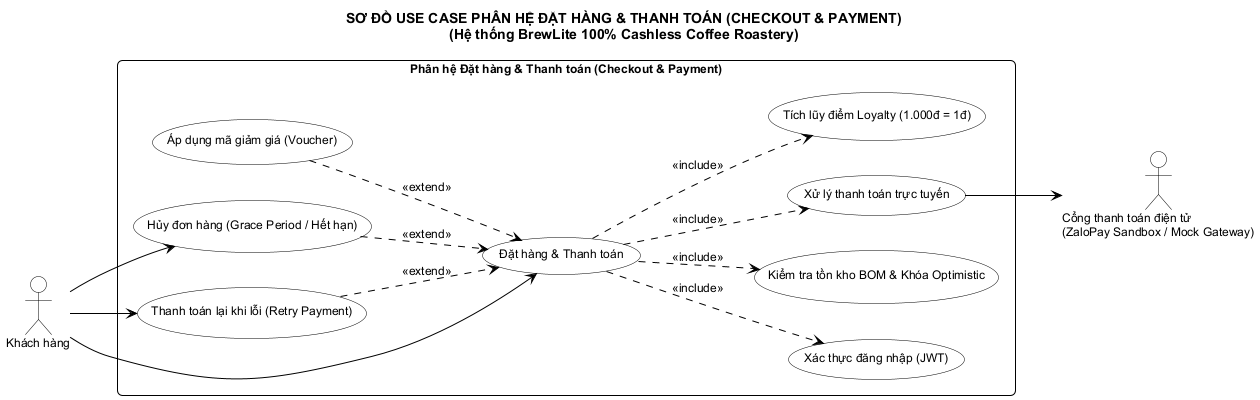
Earlier version of the PlantUML export docs/diagrams/checkout-use-case.png (MaGiaVy/BrewLite_project).
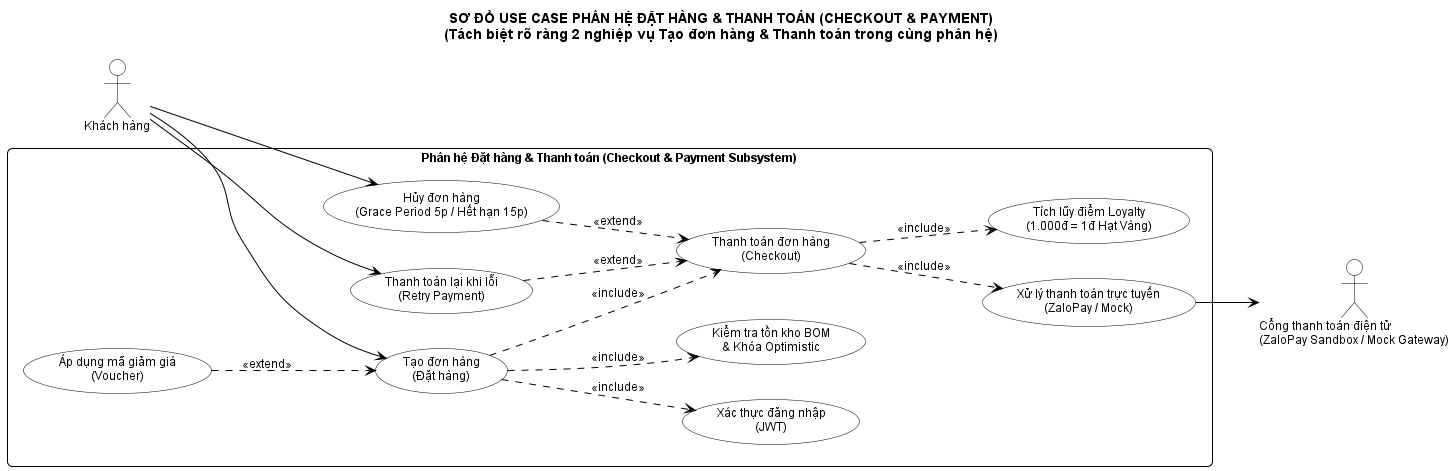
Above is the later version.

Commit message:
docs(use-case): split create order and payment processing into distinct sub-usecases in checkout subsystem

The edit, as a diff of the source:
```diff
@@ -1,6 +1,6 @@
 @startuml
 left to right direction
-skinparam defaultFontName "Segoe UI, Arial, sans-serif"
+skinparam defaultFontName "Arial"
 skinparam defaultFontSize 12
 skinparam roundcorner 10
 
@@ -20,38 +20,42 @@
     BackgroundColor white
 }
 
-title SƠ ĐỒ USE CASE PHÂN HỆ ĐẶT HÀNG & THANH TOÁN (CHECKOUT & PAYMENT)\n(Hệ thống BrewLite 100% Cashless Coffee Roastery)
+title SƠ ĐỒ USE CASE PHÂN HỆ ĐẶT HÀNG & THANH TOÁN (CHECKOUT & PAYMENT)\n(Tách biệt rõ ràng 2 nghiệp vụ Tạo đơn hàng & Thanh toán trong cùng phân hệ)
 
 actor "Khách hàng" as Customer
 
-rectangle "Phân hệ Đặt hàng & Thanh toán (Checkout & Payment)" {
+rectangle "Phân hệ Đặt hàng & Thanh toán (Checkout & Payment Subsystem)" {
 
-    usecase "Đặt hàng & Thanh toán" as UC_Checkout
+    usecase "Tạo đơn hàng\n(Đặt hàng)" as UC_CreateOrder
 
-    usecase "Xác thực đăng nhập (JWT)" as UC_Auth
-    usecase "Kiểm tra tồn kho BOM & Khóa Optimistic" as UC_Stock
-    usecase "Xử lý thanh toán trực tuyến" as UC_ProcessPay
-    usecase "Tích lũy điểm Loyalty (1.000đ = 1đ)" as UC_Loyalty
+    usecase "Xác thực đăng nhập\n(JWT)" as UC_Auth
+    usecase "Kiểm tra tồn kho BOM\n& Khóa Optimistic" as UC_Stock
+    usecase "Áp dụng mã giảm giá\n(Voucher)" as UC_Voucher
 
-    usecase "Áp dụng mã giảm giá (Voucher)" as UC_Voucher
-    usecase "Hủy đơn hàng (Grace Period / Hết hạn)" as UC_Cancel
-    usecase "Thanh toán lại khi lỗi (Retry Payment)" as UC_Retry
+    usecase "Thanh toán đơn hàng\n(Checkout)" as UC_Payment
 
-    UC_Checkout ..> UC_Auth : <<include>>
-    UC_Checkout ..> UC_Stock : <<include>>
-    UC_Checkout ..> UC_ProcessPay : <<include>>
-    UC_Checkout ..> UC_Loyalty : <<include>>
+    usecase "Xử lý thanh toán trực tuyến\n(ZaloPay / Mock)" as UC_ProcessPay
+    usecase "Tích lũy điểm Loyalty\n(1.000đ = 1đ Hạt Vàng)" as UC_Loyalty
+    usecase "Thanh toán lại khi lỗi\n(Retry Payment)" as UC_Retry
+    usecase "Hủy đơn hàng\n(Grace Period 5p / Hết hạn 15p)" as UC_Cancel
 
-    UC_Voucher ..> UC_Checkout : <<extend>>
-    UC_Cancel ..> UC_Checkout : <<extend>>
-    UC_Retry ..> UC_Checkout : <<extend>>
+    UC_CreateOrder ..> UC_Auth : <<include>>
+    UC_CreateOrder ..> UC_Stock : <<include>>
+    UC_Voucher ..> UC_CreateOrder : <<extend>>
+
+    UC_CreateOrder ..> UC_Payment : <<include>>
+
+    UC_Payment ..> UC_ProcessPay : <<include>>
+    UC_Payment ..> UC_Loyalty : <<include>>
+    UC_Retry ..> UC_Payment : <<extend>>
+    UC_Cancel ..> UC_Payment : <<extend>>
 }
 
 actor "Cổng thanh toán điện tử\n(ZaloPay Sandbox / Mock Gateway)" as PaymentGateway
 
-Customer --> UC_Checkout
+Customer --> UC_CreateOrder
+Customer --> UC_Retry
 Customer --> UC_Cancel
-Customer --> UC_Retry
 
 UC_ProcessPay --> PaymentGateway
 
```
